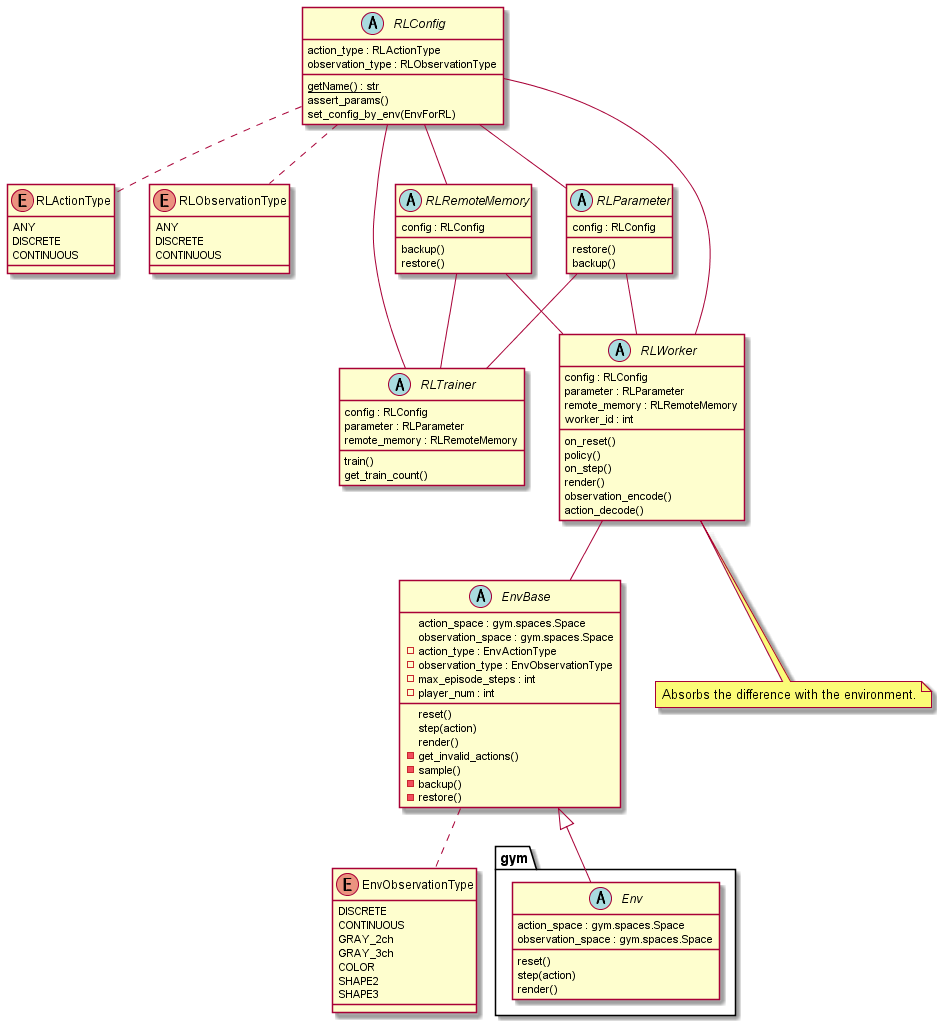
Above: diagrams/class.png in pocokhc/simple_distributed_rl (PlantUML), before the change.
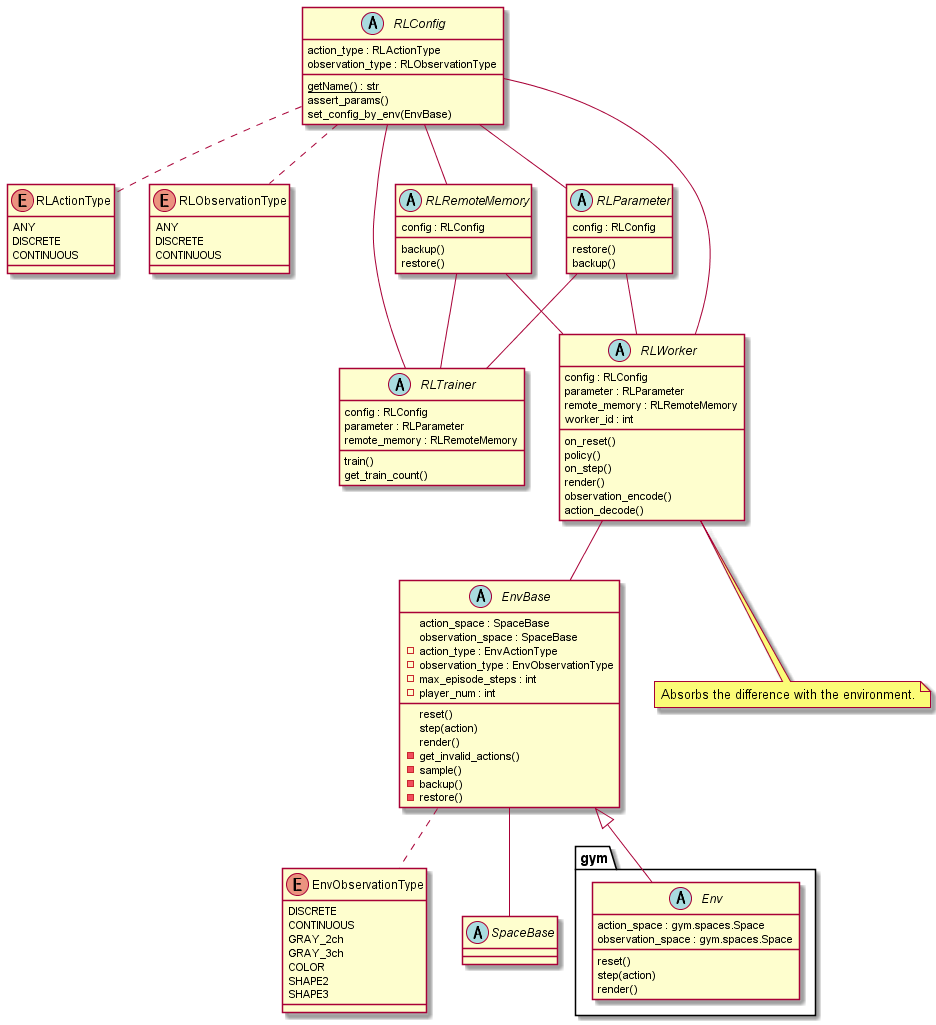
The same file after the commit.

What changed in the source:
```diff
@@ -32,8 +32,8 @@
 }
 
 abstract EnvBase {
-    action_space : gym.spaces.Space
-    observation_space : gym.spaces.Space
+    action_space : SpaceBase
+    observation_space : SpaceBase
     reset()
     step(action)
     render()
@@ -47,13 +47,16 @@
     - restore()
 }
 
+abstract SpaceBase {
+
+}
 
 abstract RLConfig {
     {static} getName() : str
     action_type : RLActionType
     observation_type : RLObservationType
     assert_params()
-    set_config_by_env(EnvForRL)
+    set_config_by_env(EnvBase)
 }
 
 abstract RLRemoteMemory {
@@ -95,6 +98,7 @@
 
 EnvBase <|-- gym.Env
 EnvBase .. EnvObservationType
+EnvBase -- SpaceBase
 
 RLWorker -- EnvBase
 
```
